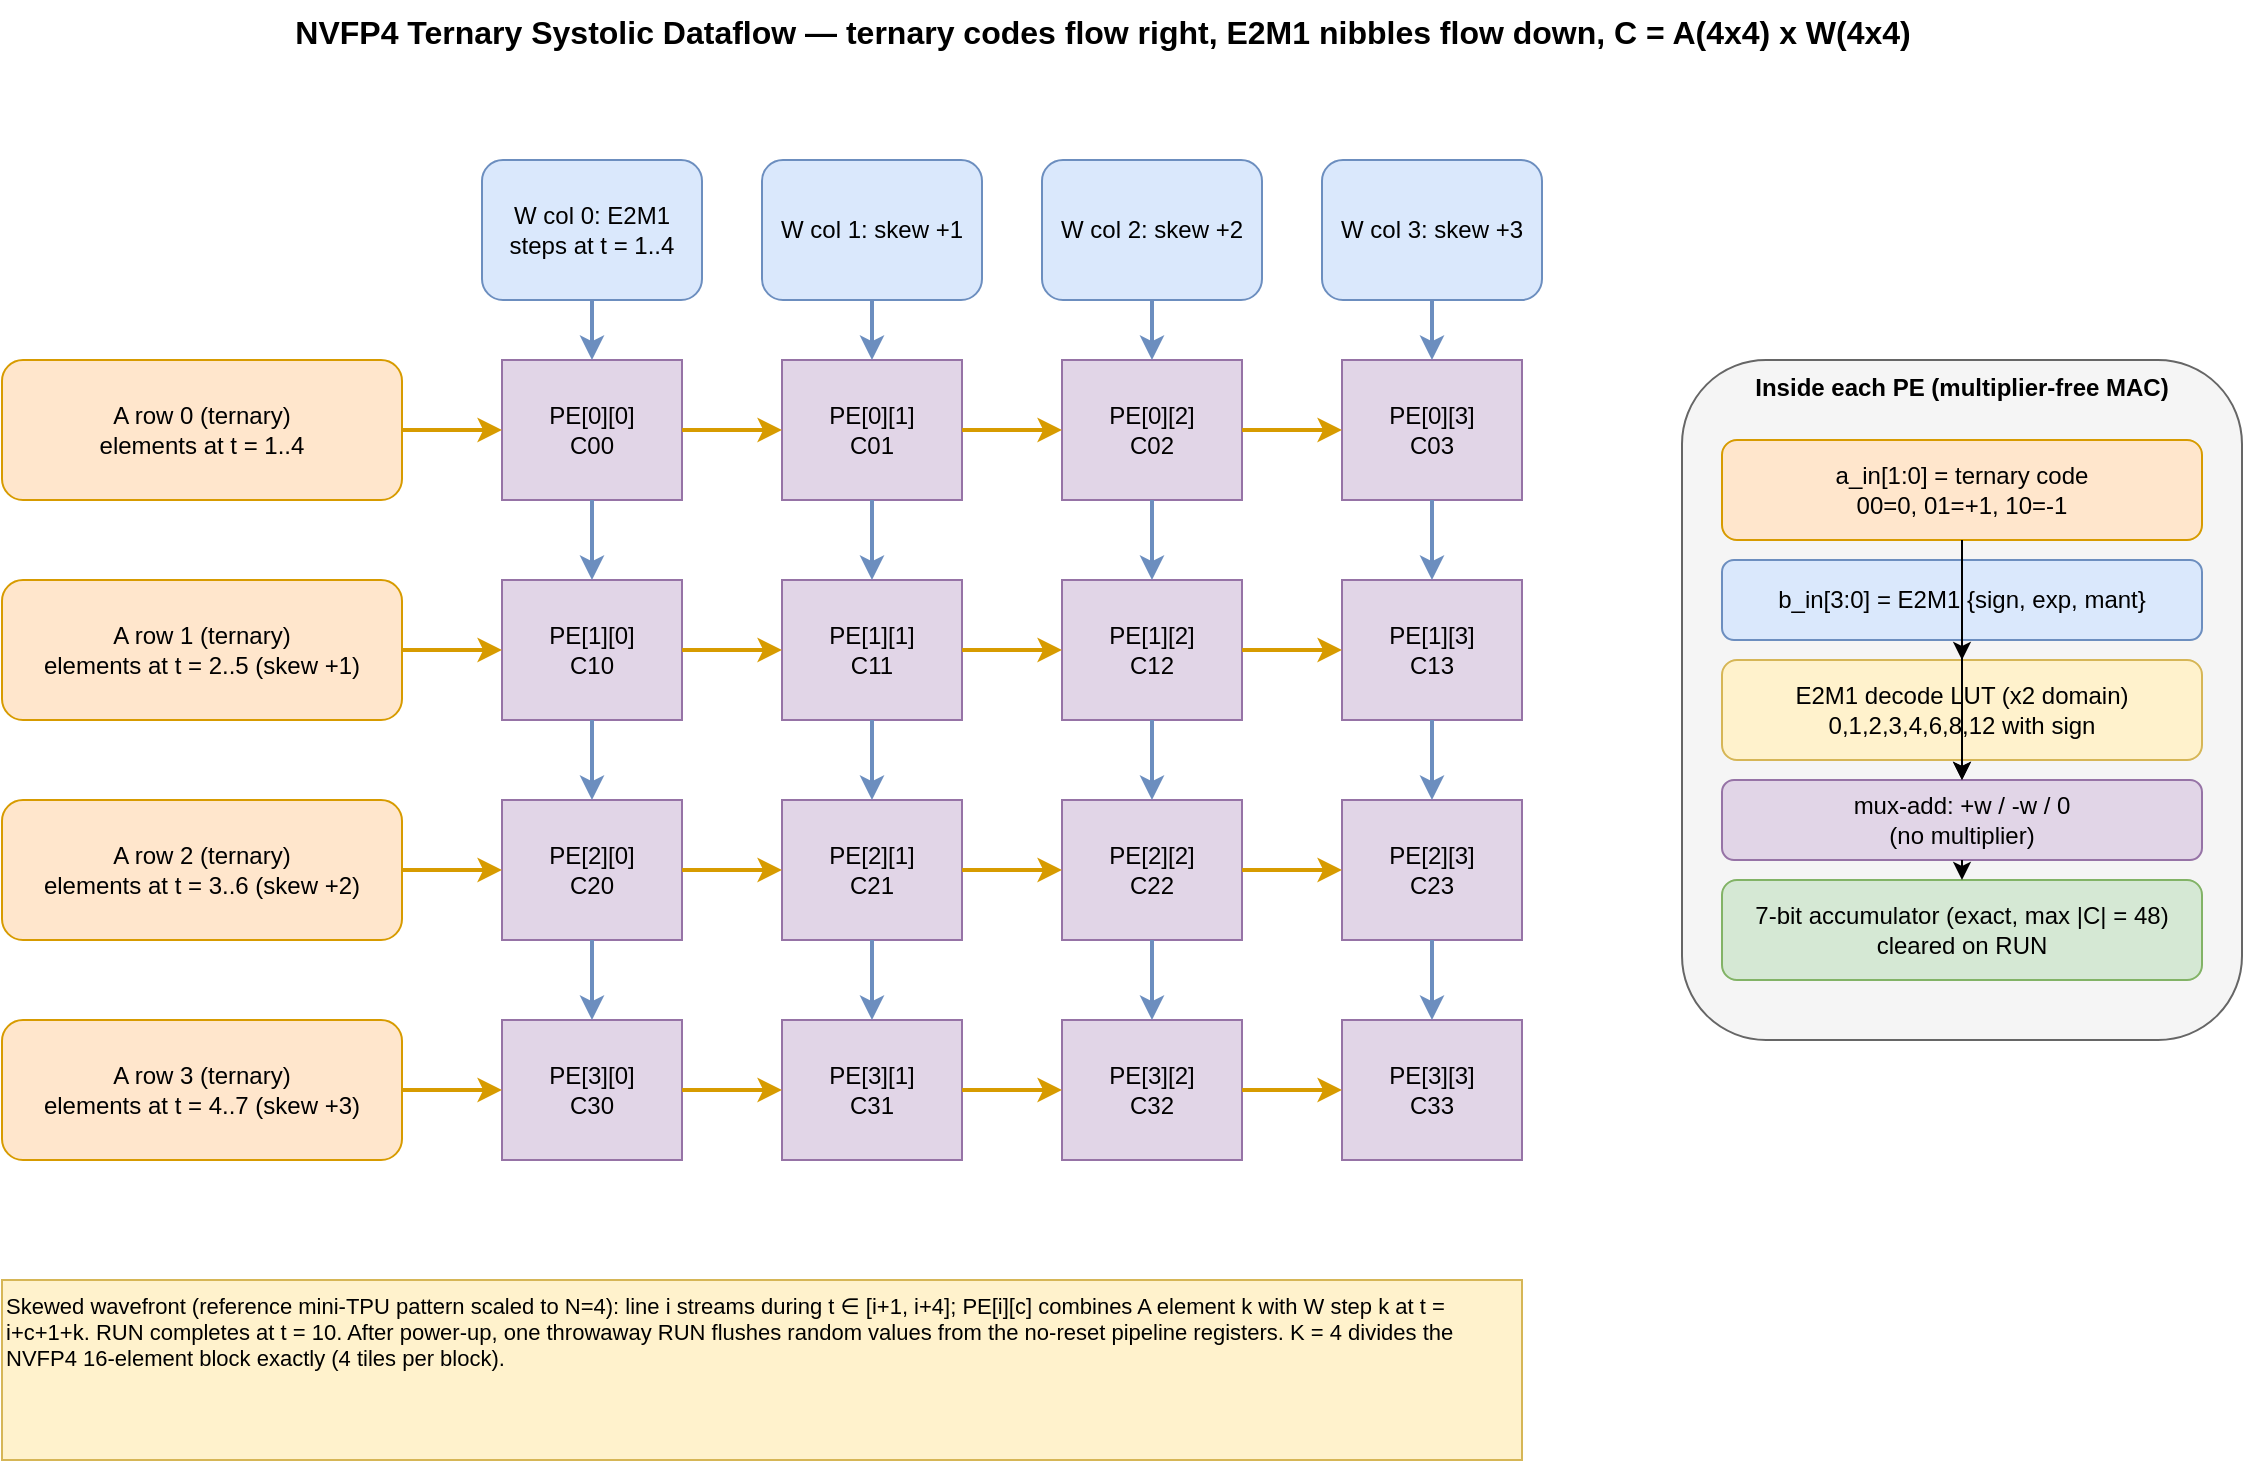
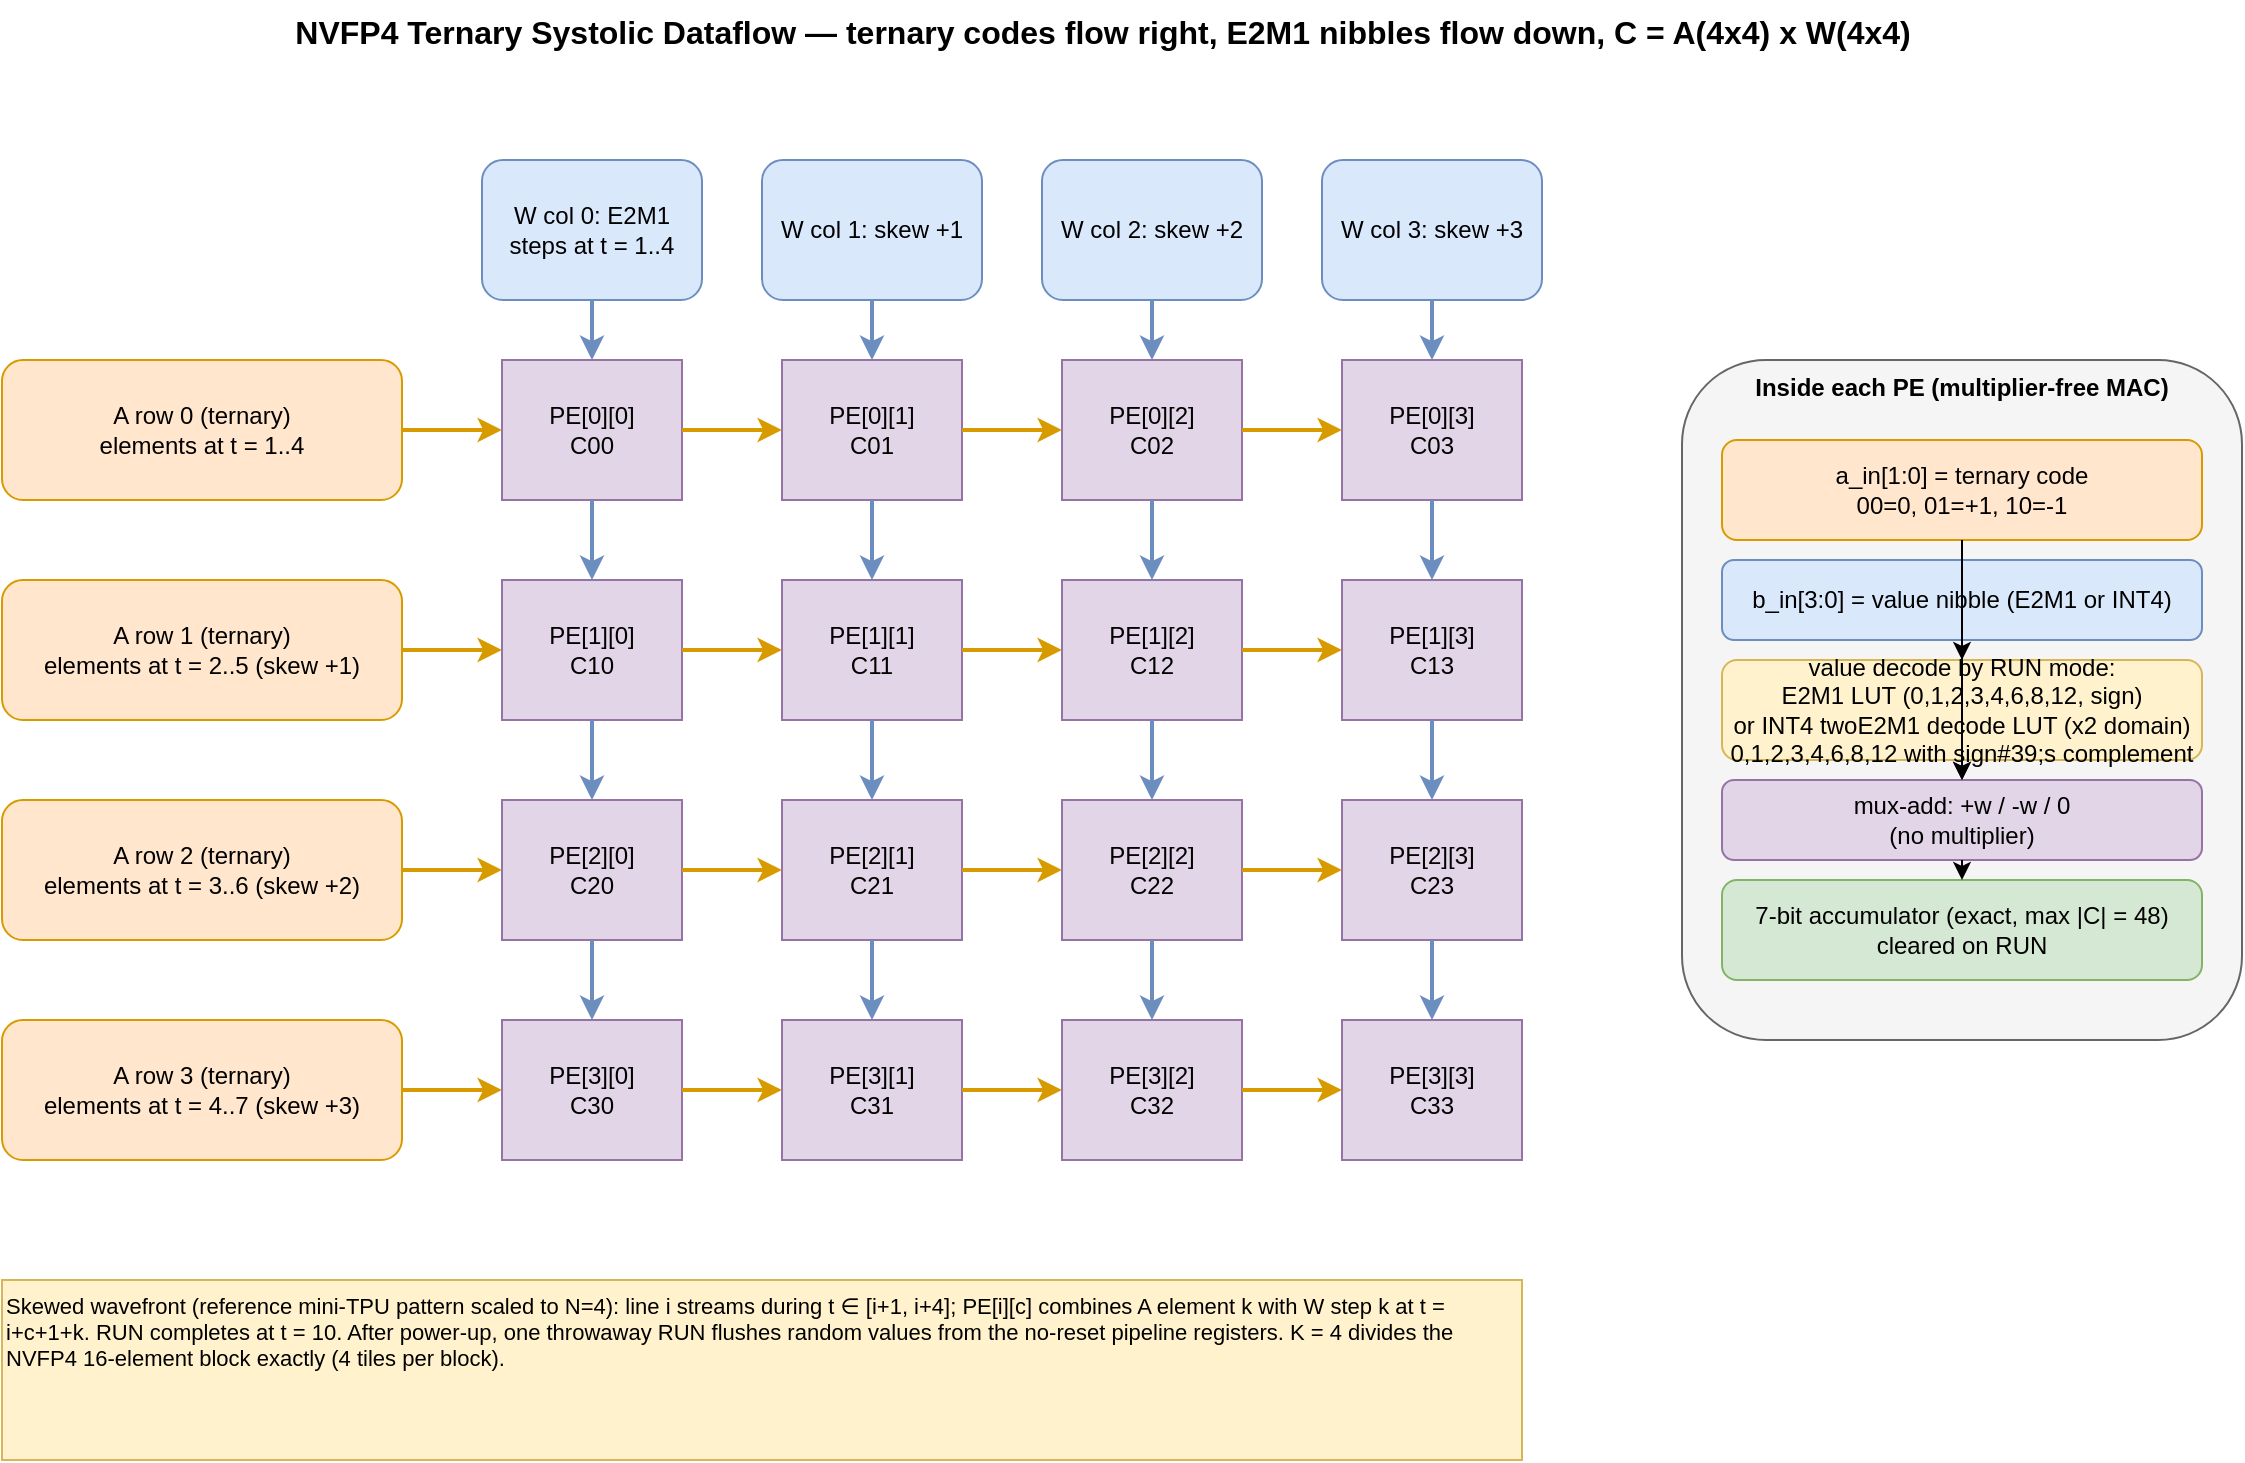
<mxfile host="app.diagrams.net" type="device">
  <diagram id="dataflow" name="Dataflow">
    <mxGraphModel dx="1400" dy="900" grid="1" gridSize="10" guides="1" tooltips="1" connect="1" arrows="1" fold="1" page="1" pageScale="1" pageWidth="1400" pageHeight="950" math="0" shadow="0">
      <root>
        <mxCell id="0" />
        <mxCell id="1" parent="0" />

        <mxCell id="title" value="NVFP4 Ternary Systolic Dataflow — ternary codes flow right, E2M1 nibbles flow down, C = A(4x4) x W(4x4)" style="text;html=1;fontSize=16;fontStyle=1;align=center;" vertex="1" parent="1">
          <mxGeometry x="150" y="20" width="1100" height="30" as="geometry" />
        </mxCell>

        <mxCell id="pe00" value="PE[0][0]&#10;C00" style="rounded=0;whiteSpace=wrap;html=1;fillColor=#e1d5e7;strokeColor=#9673a6;" vertex="1" parent="1"><mxGeometry x="400" y="200" width="90" height="70" as="geometry" /></mxCell>
        <mxCell id="pe01" value="PE[0][1]&#10;C01" style="rounded=0;whiteSpace=wrap;html=1;fillColor=#e1d5e7;strokeColor=#9673a6;" vertex="1" parent="1"><mxGeometry x="540" y="200" width="90" height="70" as="geometry" /></mxCell>
        <mxCell id="pe02" value="PE[0][2]&#10;C02" style="rounded=0;whiteSpace=wrap;html=1;fillColor=#e1d5e7;strokeColor=#9673a6;" vertex="1" parent="1"><mxGeometry x="680" y="200" width="90" height="70" as="geometry" /></mxCell>
        <mxCell id="pe03" value="PE[0][3]&#10;C03" style="rounded=0;whiteSpace=wrap;html=1;fillColor=#e1d5e7;strokeColor=#9673a6;" vertex="1" parent="1"><mxGeometry x="820" y="200" width="90" height="70" as="geometry" /></mxCell>
        <mxCell id="pe10" value="PE[1][0]&#10;C10" style="rounded=0;whiteSpace=wrap;html=1;fillColor=#e1d5e7;strokeColor=#9673a6;" vertex="1" parent="1"><mxGeometry x="400" y="310" width="90" height="70" as="geometry" /></mxCell>
        <mxCell id="pe11" value="PE[1][1]&#10;C11" style="rounded=0;whiteSpace=wrap;html=1;fillColor=#e1d5e7;strokeColor=#9673a6;" vertex="1" parent="1"><mxGeometry x="540" y="310" width="90" height="70" as="geometry" /></mxCell>
        <mxCell id="pe12" value="PE[1][2]&#10;C12" style="rounded=0;whiteSpace=wrap;html=1;fillColor=#e1d5e7;strokeColor=#9673a6;" vertex="1" parent="1"><mxGeometry x="680" y="310" width="90" height="70" as="geometry" /></mxCell>
        <mxCell id="pe13" value="PE[1][3]&#10;C13" style="rounded=0;whiteSpace=wrap;html=1;fillColor=#e1d5e7;strokeColor=#9673a6;" vertex="1" parent="1"><mxGeometry x="820" y="310" width="90" height="70" as="geometry" /></mxCell>
        <mxCell id="pe20" value="PE[2][0]&#10;C20" style="rounded=0;whiteSpace=wrap;html=1;fillColor=#e1d5e7;strokeColor=#9673a6;" vertex="1" parent="1"><mxGeometry x="400" y="420" width="90" height="70" as="geometry" /></mxCell>
        <mxCell id="pe21" value="PE[2][1]&#10;C21" style="rounded=0;whiteSpace=wrap;html=1;fillColor=#e1d5e7;strokeColor=#9673a6;" vertex="1" parent="1"><mxGeometry x="540" y="420" width="90" height="70" as="geometry" /></mxCell>
        <mxCell id="pe22" value="PE[2][2]&#10;C22" style="rounded=0;whiteSpace=wrap;html=1;fillColor=#e1d5e7;strokeColor=#9673a6;" vertex="1" parent="1"><mxGeometry x="680" y="420" width="90" height="70" as="geometry" /></mxCell>
        <mxCell id="pe23" value="PE[2][3]&#10;C23" style="rounded=0;whiteSpace=wrap;html=1;fillColor=#e1d5e7;strokeColor=#9673a6;" vertex="1" parent="1"><mxGeometry x="820" y="420" width="90" height="70" as="geometry" /></mxCell>
        <mxCell id="pe30" value="PE[3][0]&#10;C30" style="rounded=0;whiteSpace=wrap;html=1;fillColor=#e1d5e7;strokeColor=#9673a6;" vertex="1" parent="1"><mxGeometry x="400" y="530" width="90" height="70" as="geometry" /></mxCell>
        <mxCell id="pe31" value="PE[3][1]&#10;C31" style="rounded=0;whiteSpace=wrap;html=1;fillColor=#e1d5e7;strokeColor=#9673a6;" vertex="1" parent="1"><mxGeometry x="540" y="530" width="90" height="70" as="geometry" /></mxCell>
        <mxCell id="pe32" value="PE[3][2]&#10;C32" style="rounded=0;whiteSpace=wrap;html=1;fillColor=#e1d5e7;strokeColor=#9673a6;" vertex="1" parent="1"><mxGeometry x="680" y="530" width="90" height="70" as="geometry" /></mxCell>
        <mxCell id="pe33" value="PE[3][3]&#10;C33" style="rounded=0;whiteSpace=wrap;html=1;fillColor=#e1d5e7;strokeColor=#9673a6;" vertex="1" parent="1"><mxGeometry x="820" y="530" width="90" height="70" as="geometry" /></mxCell>

        <mxCell id="rowa0" value="A row 0 (ternary)&#10;elements at t = 1..4" style="rounded=1;whiteSpace=wrap;html=1;fillColor=#ffe6cc;strokeColor=#d79b00;" vertex="1" parent="1"><mxGeometry x="150" y="200" width="200" height="70" as="geometry" /></mxCell>
        <mxCell id="rowa1" value="A row 1 (ternary)&#10;elements at t = 2..5 (skew +1)" style="rounded=1;whiteSpace=wrap;html=1;fillColor=#ffe6cc;strokeColor=#d79b00;" vertex="1" parent="1"><mxGeometry x="150" y="310" width="200" height="70" as="geometry" /></mxCell>
        <mxCell id="rowa2" value="A row 2 (ternary)&#10;elements at t = 3..6 (skew +2)" style="rounded=1;whiteSpace=wrap;html=1;fillColor=#ffe6cc;strokeColor=#d79b00;" vertex="1" parent="1"><mxGeometry x="150" y="420" width="200" height="70" as="geometry" /></mxCell>
        <mxCell id="rowa3" value="A row 3 (ternary)&#10;elements at t = 4..7 (skew +3)" style="rounded=1;whiteSpace=wrap;html=1;fillColor=#ffe6cc;strokeColor=#d79b00;" vertex="1" parent="1"><mxGeometry x="150" y="530" width="200" height="70" as="geometry" /></mxCell>

        <mxCell id="colb0" value="W col 0: E2M1 steps at t = 1..4" style="rounded=1;whiteSpace=wrap;html=1;fillColor=#dae8fc;strokeColor=#6c8ebf;" vertex="1" parent="1"><mxGeometry x="390" y="100" width="110" height="70" as="geometry" /></mxCell>
        <mxCell id="colb1" value="W col 1: skew +1" style="rounded=1;whiteSpace=wrap;html=1;fillColor=#dae8fc;strokeColor=#6c8ebf;" vertex="1" parent="1"><mxGeometry x="530" y="100" width="110" height="70" as="geometry" /></mxCell>
        <mxCell id="colb2" value="W col 2: skew +2" style="rounded=1;whiteSpace=wrap;html=1;fillColor=#dae8fc;strokeColor=#6c8ebf;" vertex="1" parent="1"><mxGeometry x="670" y="100" width="110" height="70" as="geometry" /></mxCell>
        <mxCell id="colb3" value="W col 3: skew +3" style="rounded=1;whiteSpace=wrap;html=1;fillColor=#dae8fc;strokeColor=#6c8ebf;" vertex="1" parent="1"><mxGeometry x="810" y="100" width="110" height="70" as="geometry" /></mxCell>

        <mxCell id="a00" style="edgeStyle=orthogonalEdgeStyle;html=1;strokeColor=#d79b00;strokeWidth=2;" edge="1" parent="1" source="rowa0" target="pe00"><mxGeometry relative="1" as="geometry" /></mxCell>
        <mxCell id="a01" style="edgeStyle=orthogonalEdgeStyle;html=1;strokeColor=#d79b00;strokeWidth=2;" edge="1" parent="1" source="pe00" target="pe01"><mxGeometry relative="1" as="geometry" /></mxCell>
        <mxCell id="a02" style="edgeStyle=orthogonalEdgeStyle;html=1;strokeColor=#d79b00;strokeWidth=2;" edge="1" parent="1" source="pe01" target="pe02"><mxGeometry relative="1" as="geometry" /></mxCell>
        <mxCell id="a03" style="edgeStyle=orthogonalEdgeStyle;html=1;strokeColor=#d79b00;strokeWidth=2;" edge="1" parent="1" source="pe02" target="pe03"><mxGeometry relative="1" as="geometry" /></mxCell>
        <mxCell id="a10" style="edgeStyle=orthogonalEdgeStyle;html=1;strokeColor=#d79b00;strokeWidth=2;" edge="1" parent="1" source="rowa1" target="pe10"><mxGeometry relative="1" as="geometry" /></mxCell>
        <mxCell id="a11" style="edgeStyle=orthogonalEdgeStyle;html=1;strokeColor=#d79b00;strokeWidth=2;" edge="1" parent="1" source="pe10" target="pe11"><mxGeometry relative="1" as="geometry" /></mxCell>
        <mxCell id="a12" style="edgeStyle=orthogonalEdgeStyle;html=1;strokeColor=#d79b00;strokeWidth=2;" edge="1" parent="1" source="pe11" target="pe12"><mxGeometry relative="1" as="geometry" /></mxCell>
        <mxCell id="a13" style="edgeStyle=orthogonalEdgeStyle;html=1;strokeColor=#d79b00;strokeWidth=2;" edge="1" parent="1" source="pe12" target="pe13"><mxGeometry relative="1" as="geometry" /></mxCell>
        <mxCell id="a20" style="edgeStyle=orthogonalEdgeStyle;html=1;strokeColor=#d79b00;strokeWidth=2;" edge="1" parent="1" source="rowa2" target="pe20"><mxGeometry relative="1" as="geometry" /></mxCell>
        <mxCell id="a21" style="edgeStyle=orthogonalEdgeStyle;html=1;strokeColor=#d79b00;strokeWidth=2;" edge="1" parent="1" source="pe20" target="pe21"><mxGeometry relative="1" as="geometry" /></mxCell>
        <mxCell id="a22" style="edgeStyle=orthogonalEdgeStyle;html=1;strokeColor=#d79b00;strokeWidth=2;" edge="1" parent="1" source="pe21" target="pe22"><mxGeometry relative="1" as="geometry" /></mxCell>
        <mxCell id="a23" style="edgeStyle=orthogonalEdgeStyle;html=1;strokeColor=#d79b00;strokeWidth=2;" edge="1" parent="1" source="pe22" target="pe23"><mxGeometry relative="1" as="geometry" /></mxCell>
        <mxCell id="a30" style="edgeStyle=orthogonalEdgeStyle;html=1;strokeColor=#d79b00;strokeWidth=2;" edge="1" parent="1" source="rowa3" target="pe30"><mxGeometry relative="1" as="geometry" /></mxCell>
        <mxCell id="a31" style="edgeStyle=orthogonalEdgeStyle;html=1;strokeColor=#d79b00;strokeWidth=2;" edge="1" parent="1" source="pe30" target="pe31"><mxGeometry relative="1" as="geometry" /></mxCell>
        <mxCell id="a32" style="edgeStyle=orthogonalEdgeStyle;html=1;strokeColor=#d79b00;strokeWidth=2;" edge="1" parent="1" source="pe31" target="pe32"><mxGeometry relative="1" as="geometry" /></mxCell>
        <mxCell id="a33" style="edgeStyle=orthogonalEdgeStyle;html=1;strokeColor=#d79b00;strokeWidth=2;" edge="1" parent="1" source="pe32" target="pe33"><mxGeometry relative="1" as="geometry" /></mxCell>

        <mxCell id="b00" style="edgeStyle=orthogonalEdgeStyle;html=1;strokeColor=#6c8ebf;strokeWidth=2;" edge="1" parent="1" source="colb0" target="pe00"><mxGeometry relative="1" as="geometry" /></mxCell>
        <mxCell id="b01" style="edgeStyle=orthogonalEdgeStyle;html=1;strokeColor=#6c8ebf;strokeWidth=2;" edge="1" parent="1" source="pe00" target="pe10"><mxGeometry relative="1" as="geometry" /></mxCell>
        <mxCell id="b02" style="edgeStyle=orthogonalEdgeStyle;html=1;strokeColor=#6c8ebf;strokeWidth=2;" edge="1" parent="1" source="pe10" target="pe20"><mxGeometry relative="1" as="geometry" /></mxCell>
        <mxCell id="b03" style="edgeStyle=orthogonalEdgeStyle;html=1;strokeColor=#6c8ebf;strokeWidth=2;" edge="1" parent="1" source="pe20" target="pe30"><mxGeometry relative="1" as="geometry" /></mxCell>
        <mxCell id="b10" style="edgeStyle=orthogonalEdgeStyle;html=1;strokeColor=#6c8ebf;strokeWidth=2;" edge="1" parent="1" source="colb1" target="pe01"><mxGeometry relative="1" as="geometry" /></mxCell>
        <mxCell id="b11" style="edgeStyle=orthogonalEdgeStyle;html=1;strokeColor=#6c8ebf;strokeWidth=2;" edge="1" parent="1" source="pe01" target="pe11"><mxGeometry relative="1" as="geometry" /></mxCell>
        <mxCell id="b12" style="edgeStyle=orthogonalEdgeStyle;html=1;strokeColor=#6c8ebf;strokeWidth=2;" edge="1" parent="1" source="pe11" target="pe21"><mxGeometry relative="1" as="geometry" /></mxCell>
        <mxCell id="b13" style="edgeStyle=orthogonalEdgeStyle;html=1;strokeColor=#6c8ebf;strokeWidth=2;" edge="1" parent="1" source="pe21" target="pe31"><mxGeometry relative="1" as="geometry" /></mxCell>
        <mxCell id="b20" style="edgeStyle=orthogonalEdgeStyle;html=1;strokeColor=#6c8ebf;strokeWidth=2;" edge="1" parent="1" source="colb2" target="pe02"><mxGeometry relative="1" as="geometry" /></mxCell>
        <mxCell id="b21" style="edgeStyle=orthogonalEdgeStyle;html=1;strokeColor=#6c8ebf;strokeWidth=2;" edge="1" parent="1" source="pe02" target="pe12"><mxGeometry relative="1" as="geometry" /></mxCell>
        <mxCell id="b22" style="edgeStyle=orthogonalEdgeStyle;html=1;strokeColor=#6c8ebf;strokeWidth=2;" edge="1" parent="1" source="pe12" target="pe22"><mxGeometry relative="1" as="geometry" /></mxCell>
        <mxCell id="b23" style="edgeStyle=orthogonalEdgeStyle;html=1;strokeColor=#6c8ebf;strokeWidth=2;" edge="1" parent="1" source="pe22" target="pe32"><mxGeometry relative="1" as="geometry" /></mxCell>
        <mxCell id="b30" style="edgeStyle=orthogonalEdgeStyle;html=1;strokeColor=#6c8ebf;strokeWidth=2;" edge="1" parent="1" source="colb3" target="pe03"><mxGeometry relative="1" as="geometry" /></mxCell>
        <mxCell id="b31" style="edgeStyle=orthogonalEdgeStyle;html=1;strokeColor=#6c8ebf;strokeWidth=2;" edge="1" parent="1" source="pe03" target="pe13"><mxGeometry relative="1" as="geometry" /></mxCell>
        <mxCell id="b32" style="edgeStyle=orthogonalEdgeStyle;html=1;strokeColor=#6c8ebf;strokeWidth=2;" edge="1" parent="1" source="pe13" target="pe23"><mxGeometry relative="1" as="geometry" /></mxCell>
        <mxCell id="b33" style="edgeStyle=orthogonalEdgeStyle;html=1;strokeColor=#6c8ebf;strokeWidth=2;" edge="1" parent="1" source="pe23" target="pe33"><mxGeometry relative="1" as="geometry" /></mxCell>

        <mxCell id="pedetail" value="Inside each PE (multiplier-free MAC)" style="rounded=1;whiteSpace=wrap;html=1;fillColor=#f5f5f5;strokeColor=#666666;verticalAlign=top;fontStyle=1;" vertex="1" parent="1">
          <mxGeometry x="990" y="200" width="280" height="340" as="geometry" />
        </mxCell>
        <mxCell id="pd1" value="a_in[1:0] = ternary code&#10;00=0, 01=+1, 10=-1" style="rounded=1;whiteSpace=wrap;html=1;fillColor=#ffe6cc;strokeColor=#d79b00;" vertex="1" parent="1">
          <mxGeometry x="1010" y="240" width="240" height="50" as="geometry" />
        </mxCell>
-         <mxCell id="pd2" value="b_in[3:0] = E2M1 {sign, exp, mant}" style="rounded=1;whiteSpace=wrap;html=1;fillColor=#dae8fc;strokeColor=#6c8ebf;" vertex="1" parent="1">
+         <mxCell id="pd2" value="b_in[3:0] = value nibble (E2M1 or INT4)" style="rounded=1;whiteSpace=wrap;html=1;fillColor=#dae8fc;strokeColor=#6c8ebf;" vertex="1" parent="1">
          <mxGeometry x="1010" y="300" width="240" height="40" as="geometry" />
        </mxCell>
-         <mxCell id="pd3" value="E2M1 decode LUT (x2 domain)&#10;0,1,2,3,4,6,8,12 with sign" style="rounded=1;whiteSpace=wrap;html=1;fillColor=#fff2cc;strokeColor=#d6b656;" vertex="1" parent="1">
+         <mxCell id="pd3" value="value decode by RUN mode:&#10;E2M1 LUT (0,1,2,3,4,6,8,12, sign)&#10;or INT4 twoE2M1 decode LUT (x2 domain)&#10;0,1,2,3,4,6,8,12 with sign#39;s complement" style="rounded=1;whiteSpace=wrap;html=1;fillColor=#fff2cc;strokeColor=#d6b656;" vertex="1" parent="1">
          <mxGeometry x="1010" y="350" width="240" height="50" as="geometry" />
        </mxCell>
        <mxCell id="pd4" value="mux-add: +w / -w / 0&#10;(no multiplier)" style="rounded=1;whiteSpace=wrap;html=1;fillColor=#e1d5e7;strokeColor=#9673a6;" vertex="1" parent="1">
          <mxGeometry x="1010" y="410" width="240" height="40" as="geometry" />
        </mxCell>
        <mxCell id="pd5" value="7-bit accumulator (exact, max |C| = 48)&#10;cleared on RUN" style="rounded=1;whiteSpace=wrap;html=1;fillColor=#d5e8d4;strokeColor=#82b366;" vertex="1" parent="1">
          <mxGeometry x="1010" y="460" width="240" height="50" as="geometry" />
        </mxCell>
        <mxCell id="pde1" style="edgeStyle=orthogonalEdgeStyle;html=1;" edge="1" parent="1" source="pd1" target="pd4"><mxGeometry relative="1" as="geometry" /></mxCell>
        <mxCell id="pde2" style="edgeStyle=orthogonalEdgeStyle;html=1;" edge="1" parent="1" source="pd2" target="pd3"><mxGeometry relative="1" as="geometry" /></mxCell>
        <mxCell id="pde3" style="edgeStyle=orthogonalEdgeStyle;html=1;" edge="1" parent="1" source="pd3" target="pd4"><mxGeometry relative="1" as="geometry" /></mxCell>
        <mxCell id="pde4" style="edgeStyle=orthogonalEdgeStyle;html=1;" edge="1" parent="1" source="pd4" target="pd5"><mxGeometry relative="1" as="geometry" /></mxCell>

        <mxCell id="note" value="Skewed wavefront (reference mini-TPU pattern scaled to N=4): line i streams during t ∈ [i+1, i+4]; PE[i][c] combines A element k with W step k at t = i+c+1+k. RUN completes at t = 10. After power-up, one throwaway RUN flushes random values from the no-reset pipeline registers. K = 4 divides the NVFP4 16-element block exactly (4 tiles per block)." style="text;html=1;whiteSpace=wrap;fontSize=11;fillColor=#fff2cc;strokeColor=#d6b656;" vertex="1" parent="1">
          <mxGeometry x="150" y="660" width="760" height="90" as="geometry" />
        </mxCell>
      </root>
    </mxGraphModel>
  </diagram>
</mxfile>
